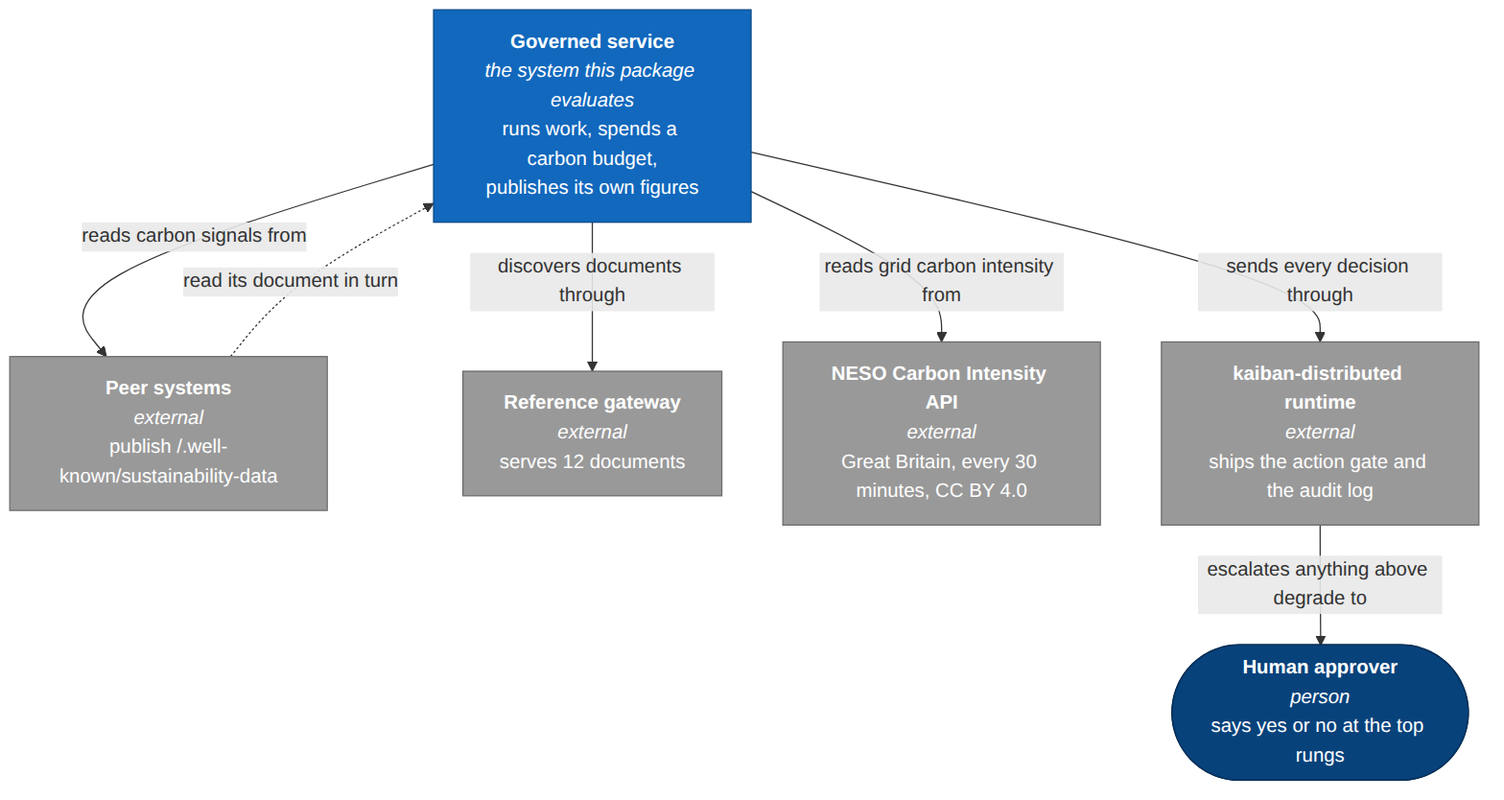
Earlier version of the Mermaid export docs/architecture/c4/c4-context.png (andreibesleaga/sustainability-loop-eval). Its source is kept beside it as docs/architecture/c4/c4-context.mmd. Source of this version:
```mermaid
flowchart TB
  H(["<b>Human approver</b><br/><i>person</i><br/>says yes or no at the top rungs"])
  S["<b>Governed service</b><br/><i>the system this package evaluates</i><br/>runs work, spends a carbon budget,<br/>publishes its own figures"]
  P["<b>Peer systems</b><br/><i>external</i><br/>publish /.well-known/sustainability-data"]
  GW["<b>Reference gateway</b><br/><i>external</i><br/>serves 12 documents"]
  GD["<b>NESO Carbon Intensity API</b><br/><i>external</i><br/>Great Britain, every 30 minutes, CC BY 4.0"]
  RT["<b>kaiban-distributed runtime</b><br/><i>external</i><br/>ships the action gate and the audit log"]

  S -->|reads carbon signals from| P
  S -->|discovers documents through| GW
  S -->|reads grid carbon intensity from| GD
  S -->|sends every decision through| RT
  RT -->|escalates anything above degrade to| H
  P -.->|read its document in turn| S

  classDef person fill:#08427b,stroke:#052e56,color:#fff
  classDef sys fill:#1168bd,stroke:#0b4884,color:#fff
  classDef ext fill:#999999,stroke:#6b6b6b,color:#fff
  class H person
  class S sys
  class P,GW,GD,RT ext
```
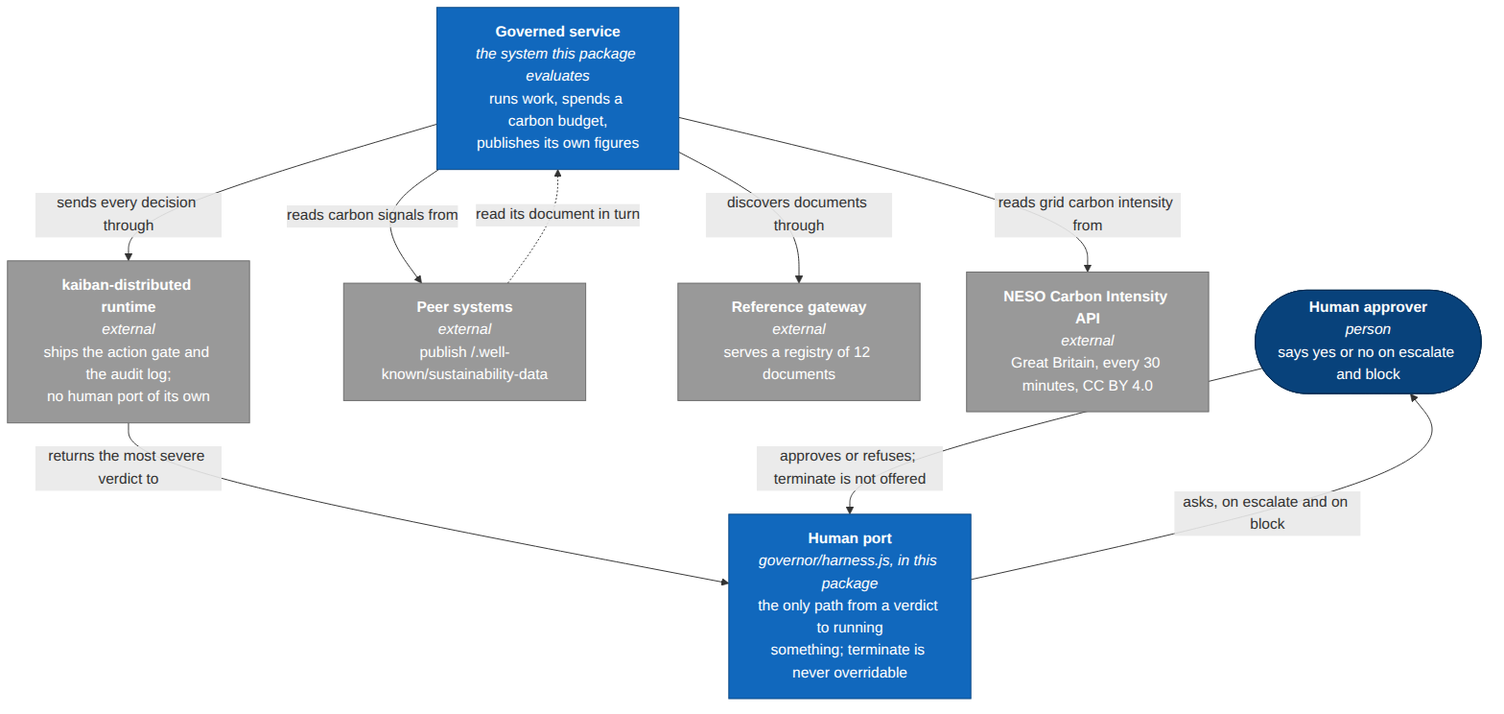
The same diagram one commit later.

What changed in the source:
```diff
@@ -1,21 +1,24 @@
 flowchart TB
-  H(["<b>Human approver</b><br/><i>person</i><br/>says yes or no at the top rungs"])
+  H(["<b>Human approver</b><br/><i>person</i><br/>says yes or no on escalate and block"])
   S["<b>Governed service</b><br/><i>the system this package evaluates</i><br/>runs work, spends a carbon budget,<br/>publishes its own figures"]
+  HP["<b>Human port</b><br/><i>governor/harness.js, in this package</i><br/>the only path from a verdict to running<br/>something; terminate is never overridable"]
   P["<b>Peer systems</b><br/><i>external</i><br/>publish /.well-known/sustainability-data"]
-  GW["<b>Reference gateway</b><br/><i>external</i><br/>serves 12 documents"]
+  GW["<b>Reference gateway</b><br/><i>external</i><br/>serves a registry of 12 documents"]
   GD["<b>NESO Carbon Intensity API</b><br/><i>external</i><br/>Great Britain, every 30 minutes, CC BY 4.0"]
-  RT["<b>kaiban-distributed runtime</b><br/><i>external</i><br/>ships the action gate and the audit log"]
+  RT["<b>kaiban-distributed runtime</b><br/><i>external</i><br/>ships the action gate and the audit log;<br/>no human port of its own"]
 
   S -->|reads carbon signals from| P
   S -->|discovers documents through| GW
   S -->|reads grid carbon intensity from| GD
   S -->|sends every decision through| RT
-  RT -->|escalates anything above degrade to| H
+  RT -->|returns the most severe verdict to| HP
+  HP -->|asks, on escalate and on block| H
+  H -->|approves or refuses; terminate is not offered| HP
   P -.->|read its document in turn| S
 
   classDef person fill:#08427b,stroke:#052e56,color:#fff
   classDef sys fill:#1168bd,stroke:#0b4884,color:#fff
   classDef ext fill:#999999,stroke:#6b6b6b,color:#fff
   class H person
-  class S sys
+  class S,HP sys
   class P,GW,GD,RT ext
```
